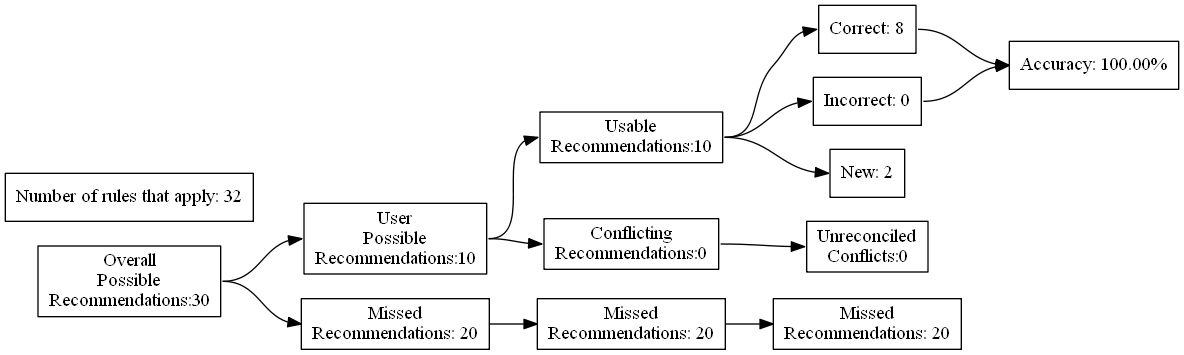
Above: test_renders/37.gv.png in ZaxR/ibd_diet_analysis (Graphviz), before the change. Its source is kept beside it as test_renders/37.gv.
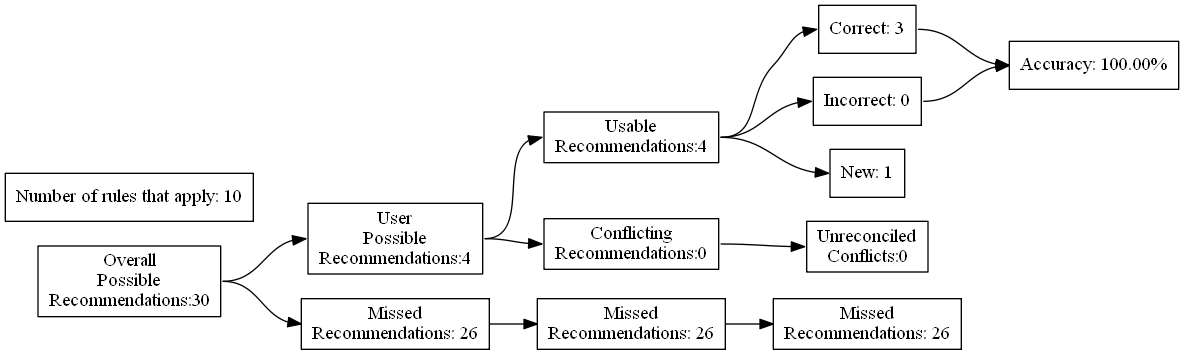
After the change.

What changed in the source:
```diff
@@ -7,24 +7,24 @@
 Recommendations:30"]
 		B [label="User
 Possible
-Recommendations:10"]
+Recommendations:4"]
 		C [label="Missed
-Recommendations: 20"]
+Recommendations: 26"]
 		D [label="Usable
-Recommendations:10"]
+Recommendations:4"]
 		E [label="Conflicting
 Recommendations:0"]
 		J [label="Missed
-Recommendations: 20"]
+Recommendations: 26"]
 		M [label="Unreconciled
 Conflicts:0"]
-		F [label="Correct: 8"]
+		F [label="Correct: 3"]
 		G [label="Incorrect: 0"]
-		H [label="New: 2"]
+		H [label="New: 1"]
 		K [label="Missed
-Recommendations: 20"]
+Recommendations: 26"]
 		I [label="Accuracy: 100.00%"]
-		l [label="Number of rules that apply: 32"]
+		l [label="Number of rules that apply: 10"]
 			A -> B
 			A -> C
 			B -> D
```
